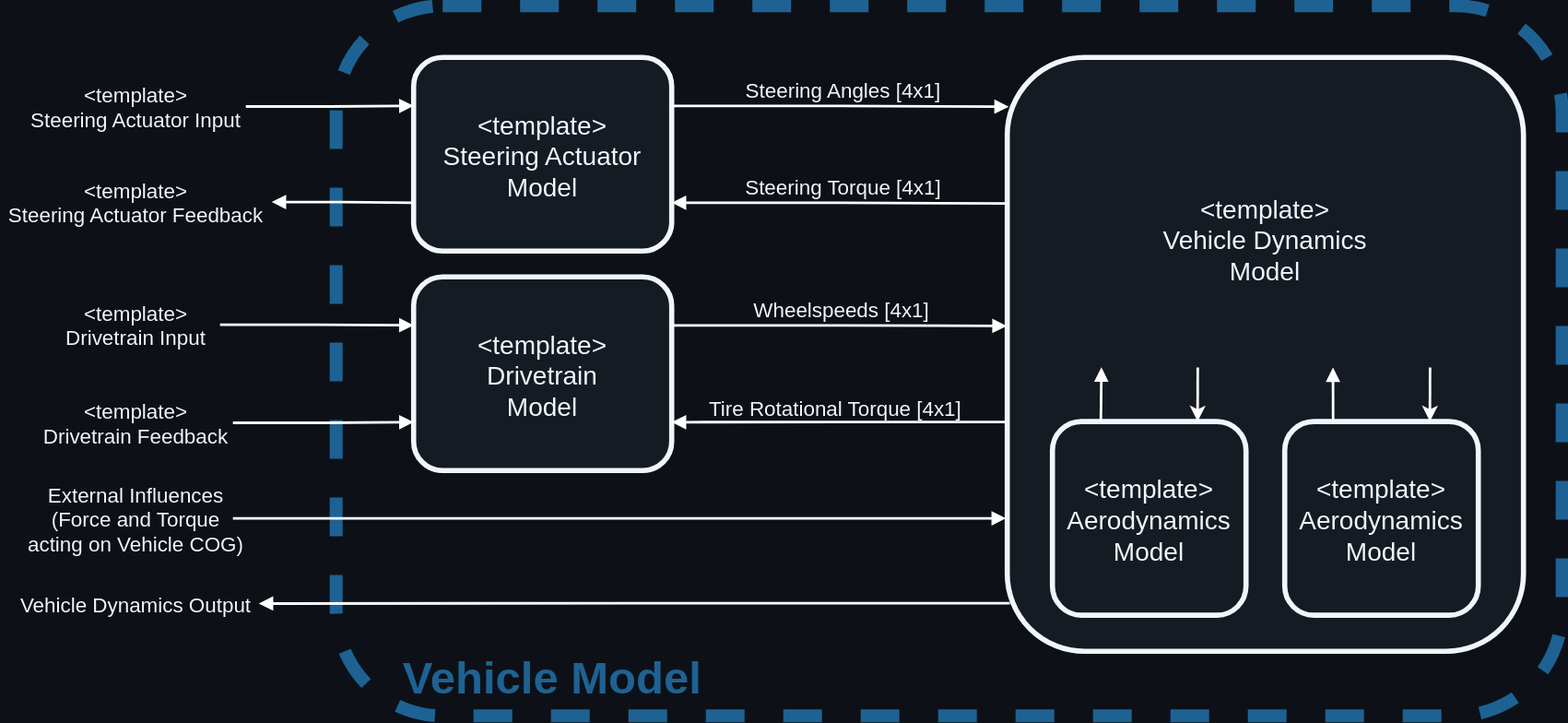
Above: doc/Model_Composition.drawio.svg in simonsag96/ocd-internal-develop (draw.io), before the change. Source tidied: cells renumbered, new cells last; positions are measured from the earlier drawing's top-left corner, leaving out a move shared by most shapes.
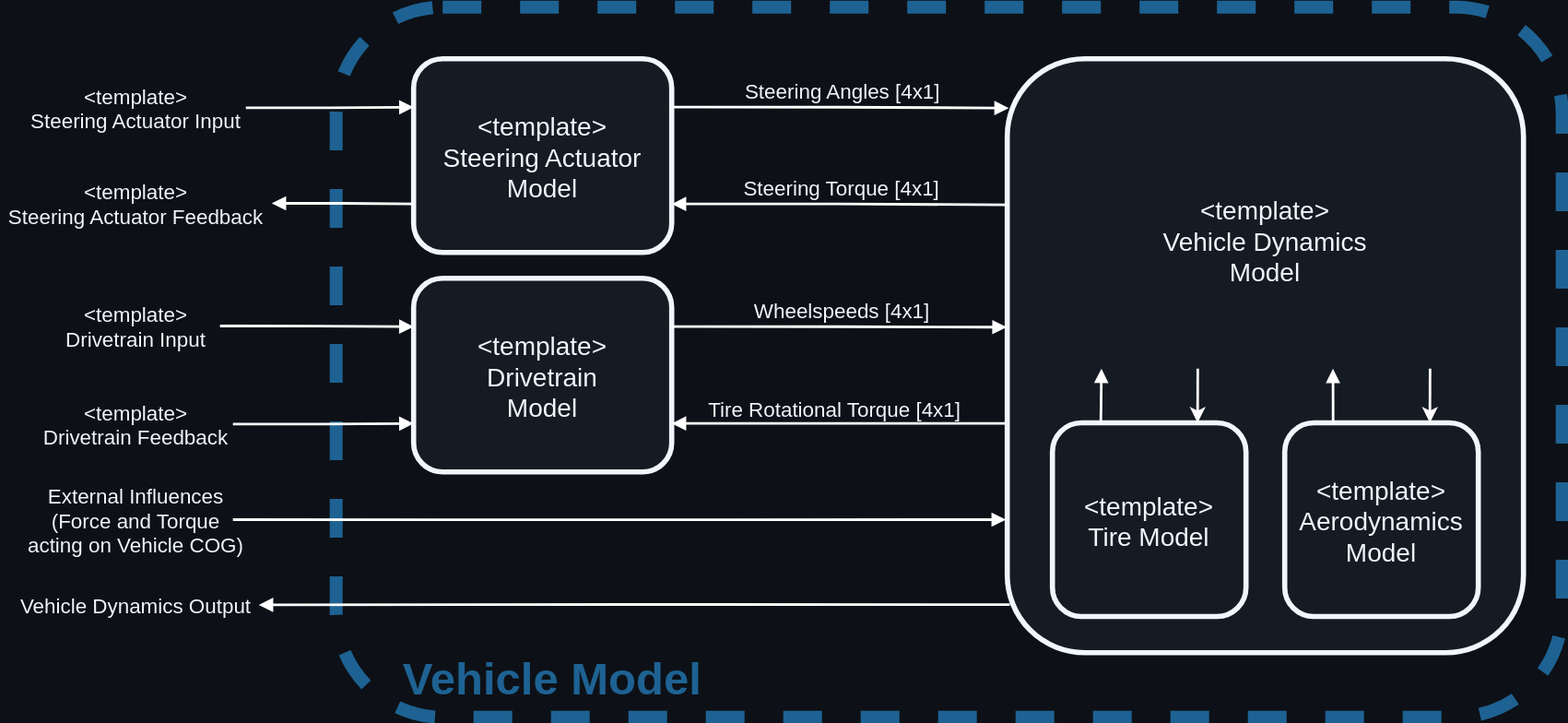
After the commit.

Commit message:
correct figure

Diff of the diagram source:
```diff
@@ -84,7 +84,7 @@
     <mxCell id="25" value="Vehicle Dynamics Output" style="text;align=center;verticalAlign=middle;rounded=0;fontSize=16;fillColor=none;labelBackgroundColor=none;fontColor=#F0F6FC;" parent="1" vertex="1">
       <mxGeometry x="10" y="436" width="190" height="54" as="geometry" />
     </mxCell>
-    <mxCell id="26" value="&lt;template&gt;&#10;Aerodynamics&#10;Model" style="rounded=1;fontSize=20;fillColor=#151B23;fontColor=#F0F6FC;strokeColor=#F0F6FC;strokeWidth=4;align=center;verticalAlign=middle;fontFamily=Helvetica;fontStyle=0;" parent="1" vertex="1">
+    <mxCell id="26" value="&lt;template&gt;&#10;Tire Model" style="rounded=1;fontSize=20;fillColor=#151B23;fontColor=#F0F6FC;strokeColor=#F0F6FC;strokeWidth=4;align=center;verticalAlign=middle;fontFamily=Helvetica;fontStyle=0;" parent="1" vertex="1">
       <mxGeometry x="815" y="322" width="150" height="150" as="geometry" />
     </mxCell>
     <mxCell id="27" value="&lt;template&gt;&#10;Aerodynamics&#10;Model" style="rounded=1;fontSize=20;fillColor=#151B23;fontColor=#F0F6FC;strokeColor=#F0F6FC;strokeWidth=4;align=center;verticalAlign=middle;fontFamily=Helvetica;fontStyle=0;" parent="1" vertex="1">
```
